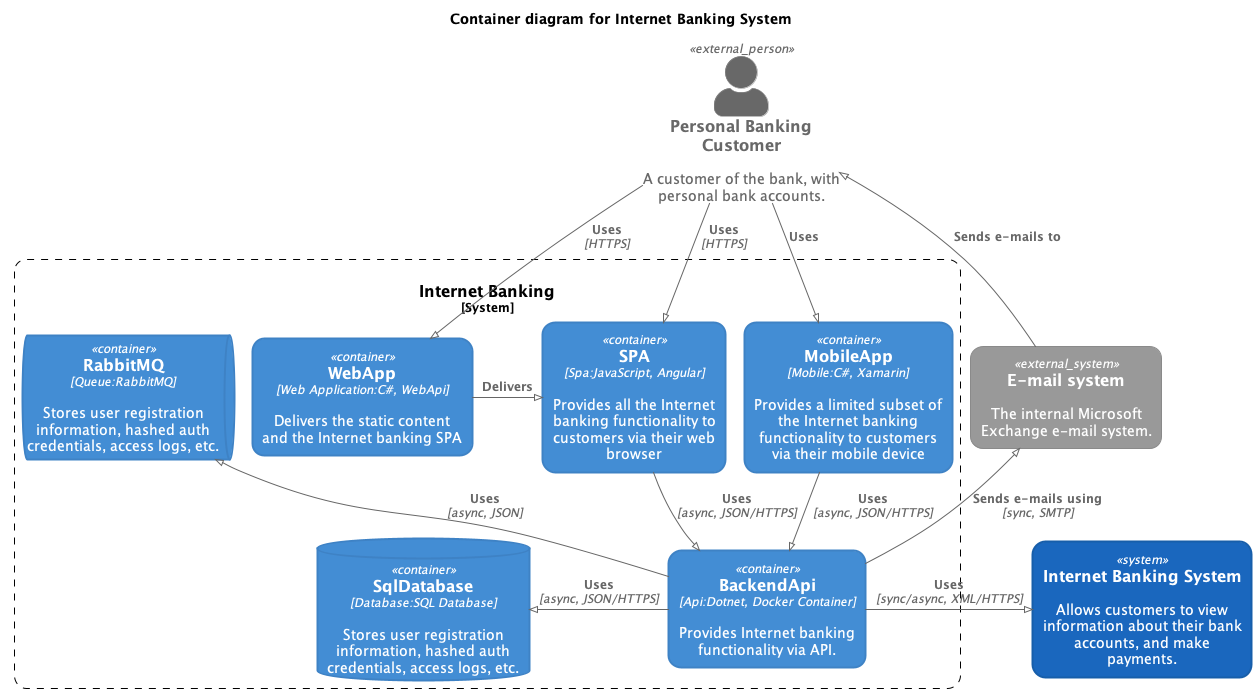
This is docs/images/container-diagram-for-internet-banking-system-c4container.png from 8T4/c4sharp, a PlantUML export, as it was before one commit.
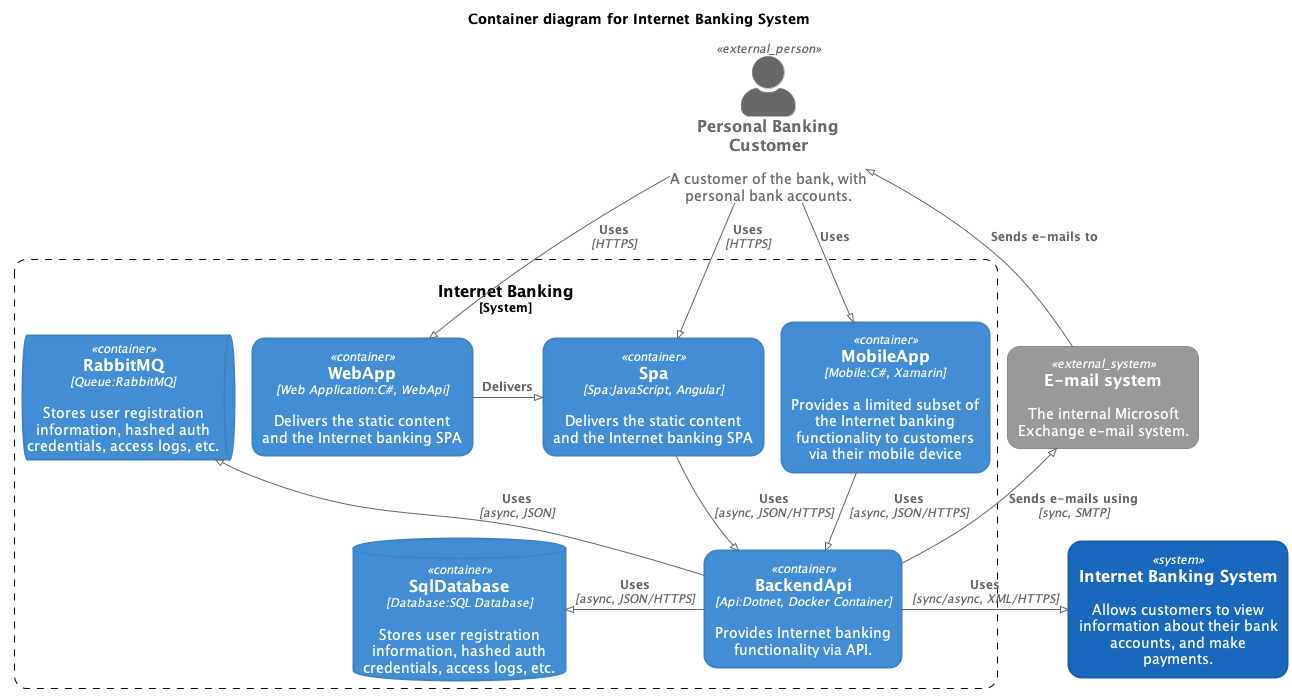
The same diagram one commit later.

Diff of the diagram source:
```diff
@@ -23,7 +23,7 @@
 
 System_Boundary(c1, "Internet Banking") {
     Container(Corporate.Finance.Limits.Service.ServiceBus, "WebApp", "Web Application:C#, WebApi", "Delivers the static content and the Internet banking SPA")
-    Container(Spa, "SPA", "Spa:JavaScript, Angular", "Provides all the Internet banking functionality to customers via their web browser")
+    Container(Spa, "Spa", "Spa:JavaScript, Angular", "Delivers the static content and the Internet banking SPA")
     Container(MobileApp, "MobileApp", "Mobile:C#, Xamarin", "Provides a limited subset of the Internet banking functionality to customers via their mobile device")
     ContainerDb(Database, "SqlDatabase", "Database:SQL Database", "Stores user registration information, hashed auth credentials, access logs, etc.")
     ContainerQueue(Queue, "RabbitMQ", "Queue:RabbitMQ", "Stores user registration information, hashed auth credentials, access logs, etc.")
```
